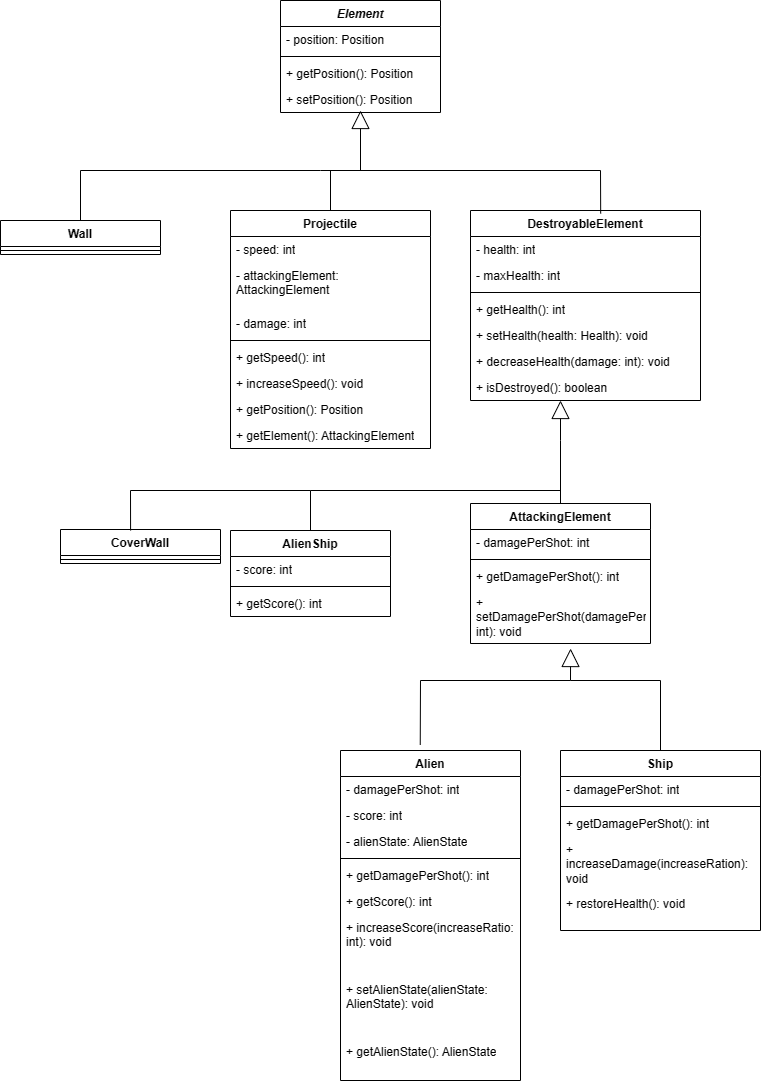
Earlier version of the draw.io export docs/Images_UML/Composite_Pattern.png (FEUP-LDTS-2023/project-l04gr03). Source tidied: cells renumbered, new cells last; positions are measured from the earlier drawing's top-left corner, leaving out a move shared by most shapes.
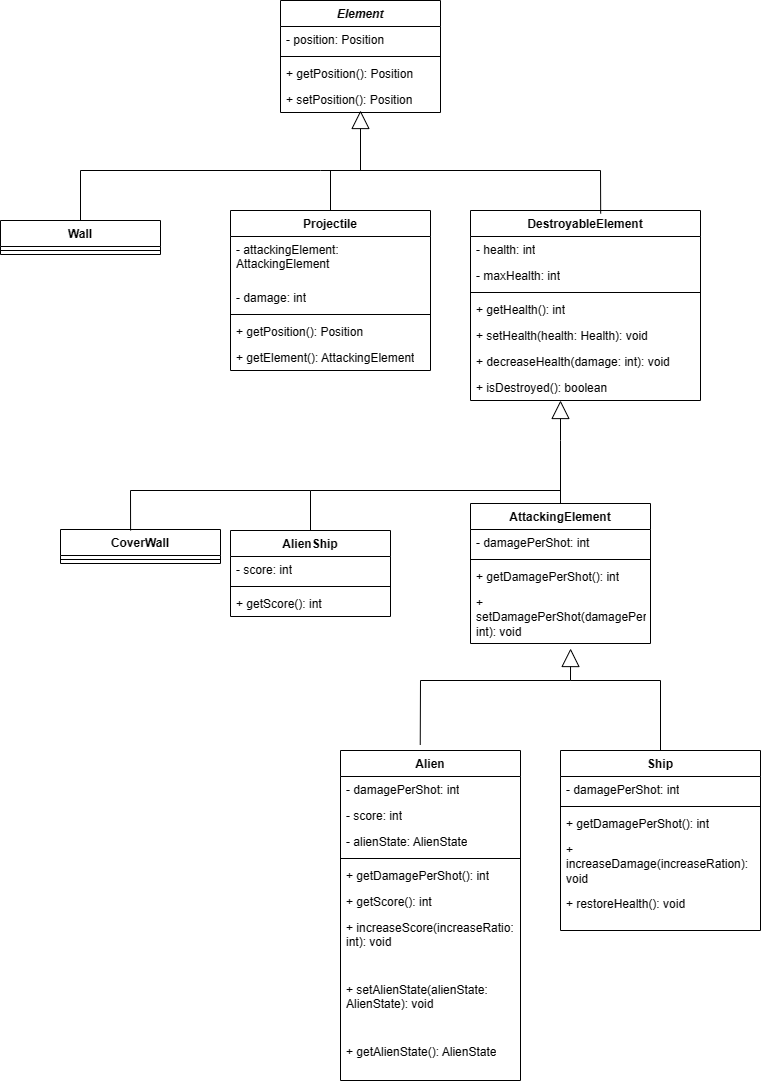
The same file after the commit.

Change to the diagram source:
```diff
@@ -135,31 +135,22 @@
       </mxGeometry>
     </mxCell>
     <mxCell id="42" value="Projectile" style="swimlane;fontStyle=1;align=center;verticalAlign=top;horizontal=1;startSize=26;whiteSpace=wrap;html=1;" parent="1" vertex="1">
-      <mxGeometry x="230" y="210" width="200" height="238" as="geometry" />
+      <mxGeometry x="230" y="210" width="200" height="160" as="geometry" />
     </mxCell>
-    <mxCell id="43" value="- speed: int" style="text;strokeColor=none;fillColor=none;align=left;verticalAlign=top;spacingLeft=4;spacingRight=4;overflow=hidden;whiteSpace=wrap;html=1;" parent="42" vertex="1">
-      <mxGeometry y="26" width="200" height="26" as="geometry" />
-    </mxCell>
     <mxCell id="44" value="- attackingElement: AttackingElement" style="text;strokeColor=none;fillColor=none;align=left;verticalAlign=top;spacingLeft=4;spacingRight=4;overflow=hidden;whiteSpace=wrap;html=1;" parent="42" vertex="1">
-      <mxGeometry y="52" width="200" height="48" as="geometry" />
+      <mxGeometry y="26" width="200" height="48" as="geometry" />
     </mxCell>
     <mxCell id="45" value="- damage: int" style="text;strokeColor=none;fillColor=none;align=left;verticalAlign=top;spacingLeft=4;spacingRight=4;overflow=hidden;whiteSpace=wrap;html=1;" parent="42" vertex="1">
-      <mxGeometry y="100" width="200" height="26" as="geometry" />
+      <mxGeometry y="74" width="200" height="26" as="geometry" />
     </mxCell>
     <mxCell id="46" style="line;strokeWidth=1;fillColor=none;align=left;verticalAlign=middle;spacingTop=-1;spacingLeft=3;spacingRight=3;labelPosition=right;strokeColor=inherit;" parent="42" vertex="1">
-      <mxGeometry y="126" width="200" height="8" as="geometry" />
+      <mxGeometry y="100" width="200" height="8" as="geometry" />
     </mxCell>
-    <mxCell id="47" value="+ getSpeed(): int" style="text;strokeColor=none;fillColor=none;align=left;verticalAlign=top;spacingLeft=4;spacingRight=4;overflow=hidden;whiteSpace=wrap;html=1;" parent="42" vertex="1">
-      <mxGeometry y="134" width="200" height="26" as="geometry" />
-    </mxCell>
-    <mxCell id="48" value="+ increaseSpeed(): void" style="text;strokeColor=none;fillColor=none;align=left;verticalAlign=top;spacingLeft=4;spacingRight=4;overflow=hidden;whiteSpace=wrap;html=1;" parent="42" vertex="1">
-      <mxGeometry y="160" width="200" height="26" as="geometry" />
-    </mxCell>
     <mxCell id="49" value="+ getPosition(): Position" style="text;strokeColor=none;fillColor=none;align=left;verticalAlign=top;spacingLeft=4;spacingRight=4;overflow=hidden;whiteSpace=wrap;html=1;" parent="42" vertex="1">
-      <mxGeometry y="186" width="200" height="26" as="geometry" />
+      <mxGeometry y="108" width="200" height="26" as="geometry" />
     </mxCell>
     <mxCell id="50" value="+ getElement(): AttackingElement" style="text;strokeColor=none;fillColor=none;align=left;verticalAlign=top;spacingLeft=4;spacingRight=4;overflow=hidden;whiteSpace=wrap;html=1;" parent="42" vertex="1">
-      <mxGeometry y="212" width="200" height="26" as="geometry" />
+      <mxGeometry y="134" width="200" height="26" as="geometry" />
     </mxCell>
     <mxCell id="51" style="endArrow=block;endSize=16;endFill=0;html=1;rounded=0;" parent="1" edge="1">
       <mxGeometry relative="1" as="geometry">
```
